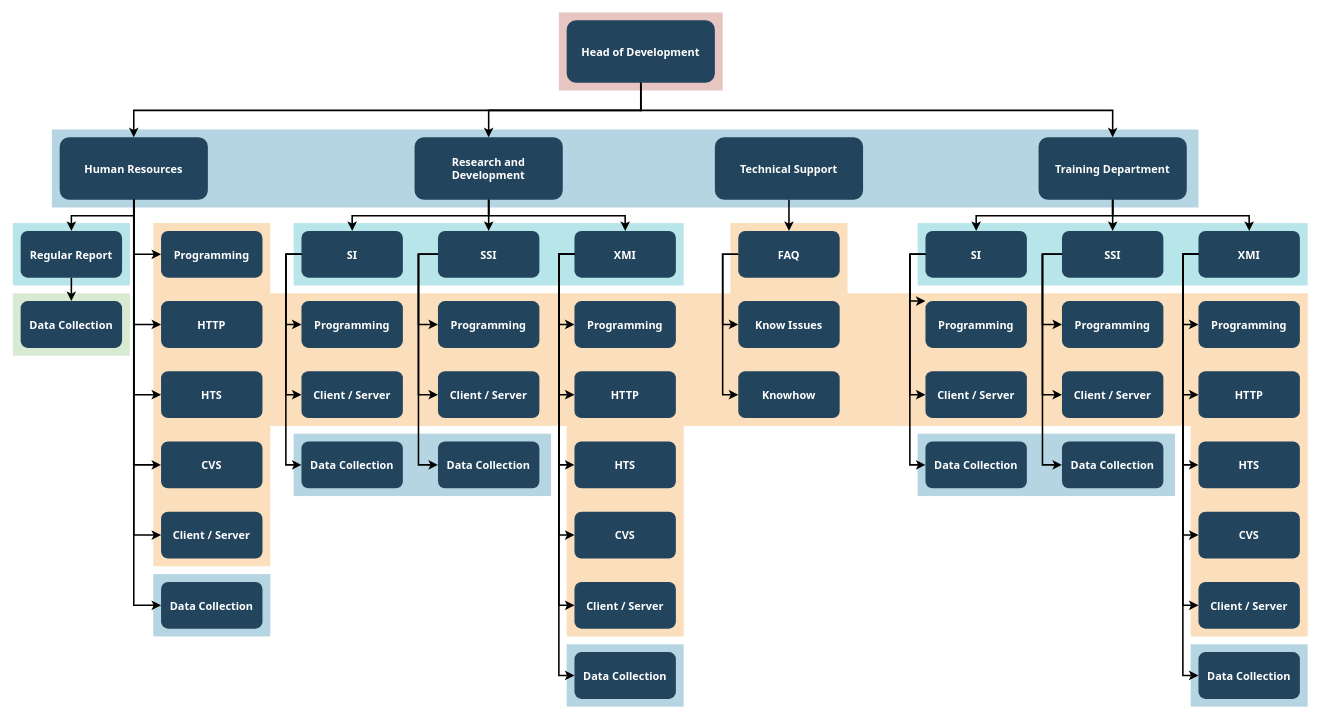
Earlier version of the draw.io diagram machine learning classification.drawio (KexinYin-in-UK/In-situ-parameter-optimization). Source tidied: cells renumbered, new cells numbered last; positions are measured from the earlier drawing's top-left corner, leaving out a move shared by most shapes. Both pictures are drawn from the tidied source at 78%, with x=0, y=0 at pixel (12, 12).
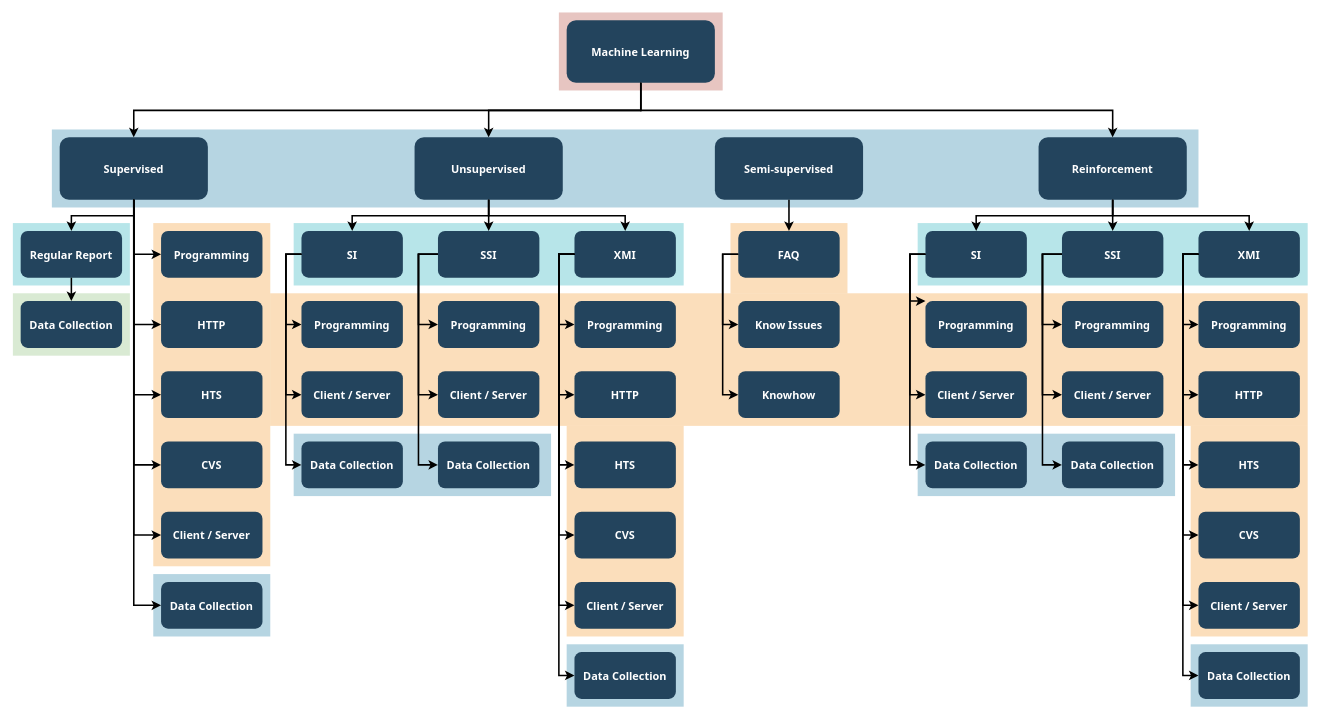
Above is the later version.

Diff of the diagram source:
```diff
@@
-    <mxCell id="18" value="Head of Development" style="rounded=1;fillColor=#23445D;gradientColor=none;strokeColor=none;fontColor=#FFFFFF;fontStyle=1;fontFamily=Tahoma;fontSize=14;" parent="1" vertex="1">
+    <mxCell id="18" value="Machine Learning" style="rounded=1;fillColor=#23445D;gradientColor=none;strokeColor=none;fontColor=#FFFFFF;fontStyle=1;fontFamily=Tahoma;fontSize=14;" parent="1" vertex="1">
       <mxGeometry x="710" y="9.5" width="190" height="80" as="geometry" />
     </mxCell>
-    <mxCell id="19" value="Training Department" style="rounded=1;fillColor=#23445D;gradientColor=none;strokeColor=none;fontColor=#FFFFFF;fontStyle=1;fontFamily=Tahoma;fontSize=14;" parent="1" vertex="1">
+    <mxCell id="19" value="Reinforcement" style="rounded=1;fillColor=#23445D;gradientColor=none;strokeColor=none;fontColor=#FFFFFF;fontStyle=1;fontFamily=Tahoma;fontSize=14;" parent="1" vertex="1">
       <mxGeometry x="1315" y="159.5" width="190" height="80" as="geometry" />
     </mxCell>
@@
-    <mxCell id="21" value="Technical Support" style="rounded=1;fillColor=#23445D;gradientColor=none;strokeColor=none;fontColor=#FFFFFF;fontStyle=1;fontFamily=Tahoma;fontSize=14;" parent="1" vertex="1">
+    <mxCell id="21" value="Semi-supervised" style="rounded=1;fillColor=#23445D;gradientColor=none;strokeColor=none;fontColor=#FFFFFF;fontStyle=1;fontFamily=Tahoma;fontSize=14;" parent="1" vertex="1">
       <mxGeometry x="900" y="159.5" width="190" height="80" as="geometry" />
     </mxCell>
-    <mxCell id="22" value="Research and &#10;Development" style="rounded=1;fillColor=#23445D;gradientColor=none;strokeColor=none;fontColor=#FFFFFF;fontStyle=1;fontFamily=Tahoma;fontSize=14;" parent="1" vertex="1">
+    <mxCell id="22" value="Unsupervised" style="rounded=1;fillColor=#23445D;gradientColor=none;strokeColor=none;fontColor=#FFFFFF;fontStyle=1;fontFamily=Tahoma;fontSize=14;" parent="1" vertex="1">
       <mxGeometry x="515" y="159.5" width="190" height="80" as="geometry" />
     </mxCell>
-    <mxCell id="23" value="Human Resources" style="rounded=1;fillColor=#23445D;gradientColor=none;strokeColor=none;fontColor=#FFFFFF;fontStyle=1;fontFamily=Tahoma;fontSize=14;" parent="1" vertex="1">
+    <mxCell id="23" value="Supervised" style="rounded=1;fillColor=#23445D;gradientColor=none;strokeColor=none;fontColor=#FFFFFF;fontStyle=1;fontFamily=Tahoma;fontSize=14;" parent="1" vertex="1">
       <mxGeometry x="60" y="159.5" width="190" height="80" as="geometry" />
     </mxCell>
```
